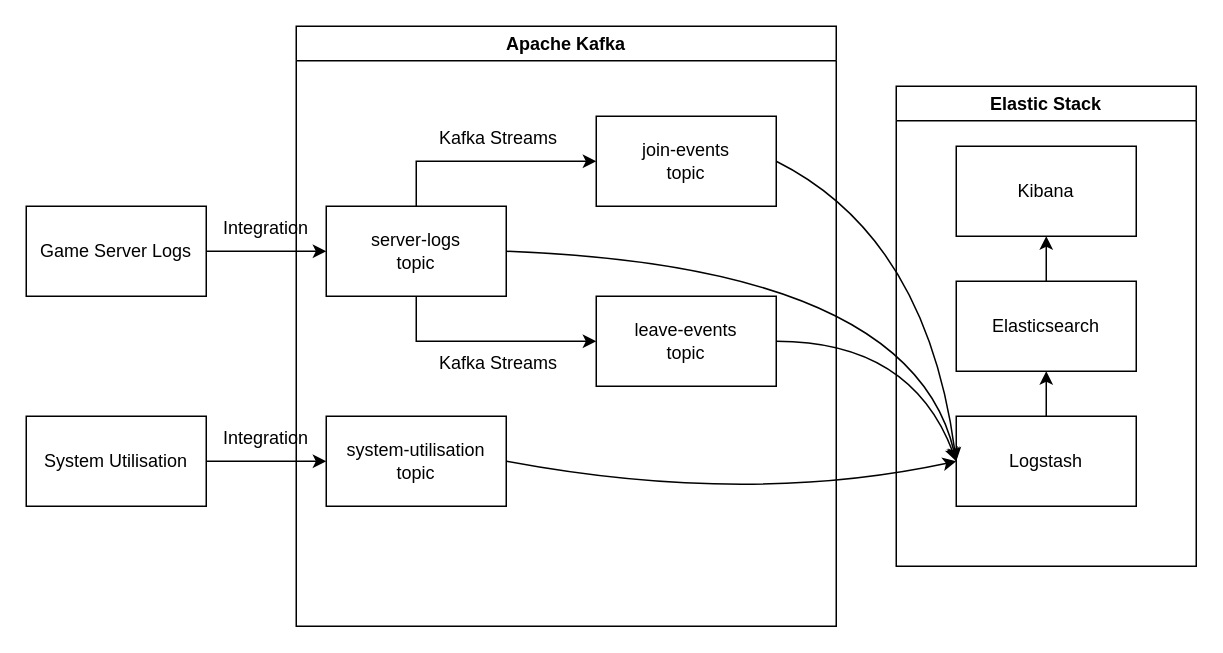
retrixe/collegework keeps this draw.io diagram as sem5/bdt/cca2/CCA2.drawio. Above is the earlier version. Source tidied: cells renumbered, new cells numbered last; positions are measured from the earlier drawing's top-left corner, leaving out a move shared by most shapes. Both pictures are drawn from the tidied source at 150%, with x=0, y=0 at pixel (26, 26).
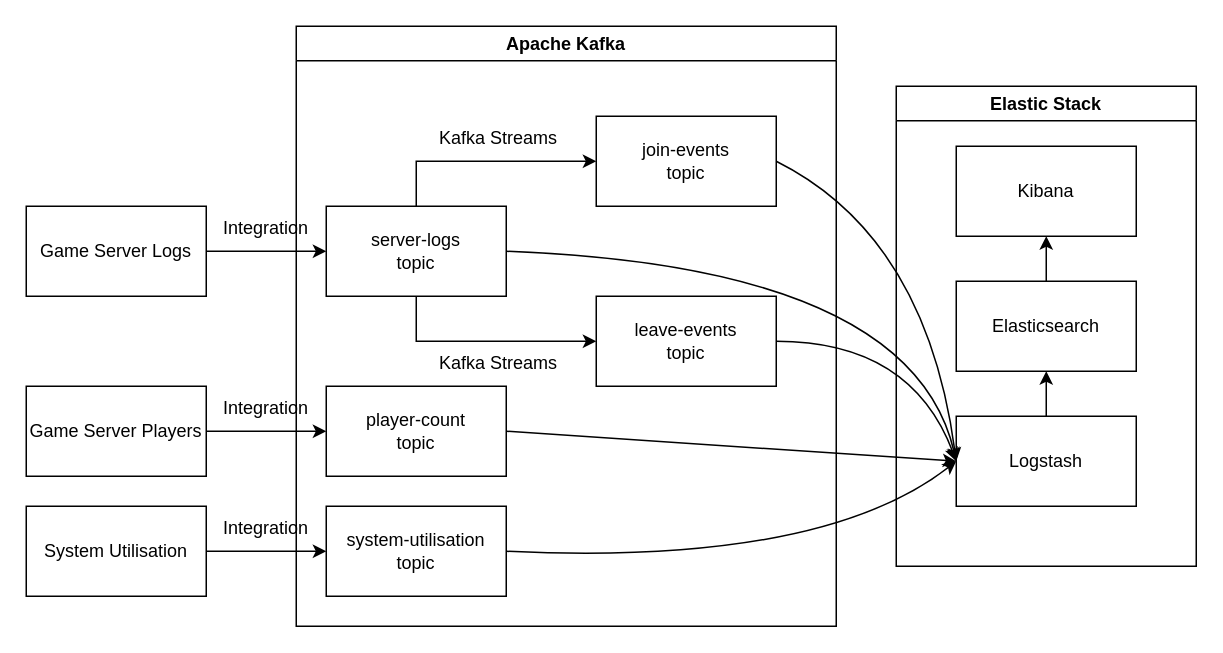
The same diagram, later.

Commit message (it also covers changes not shown here):
sem5/bdt: add online player count for CCA2 Also, add shadowJar to kafkastreams project.

The change refers to these unchanged cells:
```xml
<mxCell id="6" value="Apache Kafka" style="swimlane;whiteSpace=wrap;html=1;" parent="1" vertex="1">
  <mxGeometry x="180" width="360" height="400" as="geometry" />
</mxCell>
<mxCell id="16" value="Logstash" style="rounded=0;whiteSpace=wrap;html=1;" parent="1" vertex="1">
  <mxGeometry x="620" y="260" width="120" height="60" as="geometry" />
</mxCell>
```

What changed in the source:
```diff
@@
     <mxCell id="5" value="System Utilisation" style="rounded=0;whiteSpace=wrap;html=1;" parent="1" vertex="1">
-      <mxGeometry y="260" width="120" height="60" as="geometry" />
+      <mxGeometry y="320" width="120" height="60" as="geometry" />
     </mxCell>
@@
     <mxCell id="10" value="system-utilisation&lt;br&gt;topic" style="rounded=0;whiteSpace=wrap;html=1;" parent="6" vertex="1">
-      <mxGeometry x="20" y="260" width="120" height="60" as="geometry" />
+      <mxGeometry x="20" y="320" width="120" height="60" as="geometry" />
     </mxCell>
@@
     <mxCell id="20" style="curved=1;endArrow=classic;html=1;rounded=0;entryX=0;entryY=0.5;entryDx=0;entryDy=0;exitX=1;exitY=0.5;exitDx=0;exitDy=0;" parent="1" edge="1" source="10" target="16">
       <mxGeometry relative="1" as="geometry">
         <Array as="points">
-          <mxPoint x="480" y="320" />
+          <mxPoint x="530" y="360" />
         </Array>
       </mxGeometry>
     </mxCell>
@@
     <mxCell id="26" value="Integration" style="text;html=1;align=center;verticalAlign=middle;whiteSpace=wrap;rounded=0;" parent="1" vertex="1">
-      <mxGeometry x="130" y="260" width="60" height="30" as="geometry" />
+      <mxGeometry x="130" y="320" width="60" height="30" as="geometry" />
     </mxCell>
+    <mxCell id="27" style="edgeStyle=orthogonalEdgeStyle;rounded=0;jettySize=auto;html=1;exitX=1;exitY=0.5;exitDx=0;exitDy=0;entryX=0;entryY=0.5;entryDx=0;entryDy=0;" parent="1" edge="1" source="28" target="29">
+      <mxGeometry relative="1" as="geometry" />
+    </mxCell>
+    <mxCell id="28" value="Game Server Players" style="rounded=0;whiteSpace=wrap;html=1;" parent="1" vertex="1">
+      <mxGeometry y="240" width="120" height="60" as="geometry" />
+    </mxCell>
+    <mxCell id="29" value="player-count&lt;br&gt;topic" style="rounded=0;whiteSpace=wrap;html=1;" parent="1" vertex="1">
+      <mxGeometry x="200" y="240" width="120" height="60" as="geometry" />
+    </mxCell>
+    <mxCell id="30" value="Integration" style="text;html=1;align=center;verticalAlign=middle;whiteSpace=wrap;rounded=0;" parent="1" vertex="1">
+      <mxGeometry x="130" y="240" width="60" height="30" as="geometry" />
+    </mxCell>
+    <mxCell id="31" style="curved=1;endArrow=classic;html=1;rounded=0;entryX=0;entryY=0.5;entryDx=0;entryDy=0;exitX=1;exitY=0.5;exitDx=0;exitDy=0;" parent="1" edge="1" source="29" target="16">
+      <mxGeometry relative="1" as="geometry" />
+    </mxCell>
```
